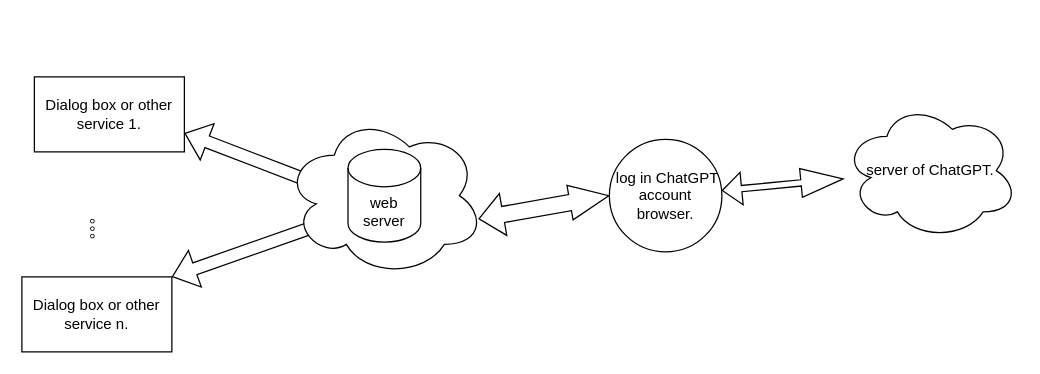
Before: wiki/架构图.drawio in xx025/chatgptapi_server, a draw.io diagram. Source tidied: cells renumbered, new cells numbered last; positions are measured from the earlier drawing's top-left corner, leaving out a move shared by most shapes. Both pictures are drawn from the tidied source at 125%, with x=0, y=0 at pixel (21, 76).
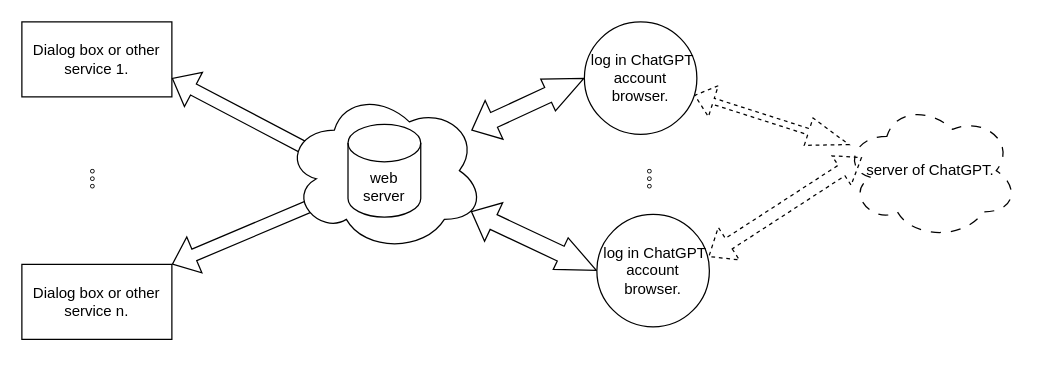
After the change.

Change to the diagram source:
```diff
@@
 <mxGraphModel>
   <root>
     <mxCell id="0" />
     <mxCell id="1" parent="0" />
-    <mxCell id="2" style="shape=flexArrow;endArrow=classic;startArrow=classic;html=1;rounded=0;width=13;startSize=6.19;endSize=10.16;endWidth=14;entryX=0;entryY=0.5;entryDx=0;entryDy=0;exitX=0.97;exitY=0.643;exitDx=0;exitDy=0;exitPerimeter=0;" parent="1" edge="1" source="11" target="7">
+    <mxCell id="2" style="shape=flexArrow;endArrow=classic;startArrow=classic;html=1;rounded=0;width=13;startSize=6.19;endSize=10.16;endWidth=14;entryX=0;entryY=0.5;entryDx=0;entryDy=0;" parent="1" edge="1" source="11" target="7">
       <mxGeometry relative="1" as="geometry" />
     </mxCell>
     <mxCell id="3" value="Dialog box or other service 1." style="rounded=0;whiteSpace=wrap;html=1;" parent="1" vertex="1">
-      <mxGeometry x="10" width="120" height="60" as="geometry" />
+      <mxGeometry y="-44" width="120" height="60" as="geometry" />
     </mxCell>
     <mxCell id="4" style="shape=flexArrow;endArrow=classic;startArrow=classic;html=1;rounded=0;entryX=0;entryY=0.5;entryDx=0;entryDy=0;entryPerimeter=0;exitX=1;exitY=0.75;exitDx=0;exitDy=0;" parent="1" edge="1" source="3" target="12">
       <mxGeometry relative="1" as="geometry" />
     </mxCell>
-    <mxCell id="5" value="server of ChatGPT." style="ellipse;shape=cloud;whiteSpace=wrap;html=1;" parent="1" vertex="1">
+    <mxCell id="5" value="server of ChatGPT." style="ellipse;shape=cloud;whiteSpace=wrap;html=1;dashed=1;dashPattern=8 8;" parent="1" vertex="1">
       <mxGeometry x="657" y="20" width="140" height="110" as="geometry" />
     </mxCell>
-    <mxCell id="6" style="shape=flexArrow;endArrow=classic;startArrow=classic;html=1;rounded=0;width=5;endSize=10.95;startSize=4.85;endWidth=17;" parent="1" edge="1" source="7" target="5">
+    <mxCell id="6" style="shape=flexArrow;endArrow=classic;startArrow=classic;html=1;rounded=0;width=5;endSize=10.95;startSize=4.85;endWidth=17;dashed=1;" parent="1" edge="1" source="7" target="5">
       <mxGeometry relative="1" as="geometry" />
     </mxCell>
     <mxCell id="7" value="&amp;nbsp;log in ChatGPT account&lt;br&gt;browser." style="ellipse;whiteSpace=wrap;html=1;" parent="1" vertex="1">
-      <mxGeometry x="470" y="50" width="90" height="90" as="geometry" />
+      <mxGeometry x="450" y="-44" width="90" height="90" as="geometry" />
     </mxCell>
     <mxCell id="8" style="rounded=0;jettySize=auto;html=1;startArrow=openAsync;startFill=0;shape=flexArrow;elbow=vertical;entryX=0;entryY=0;entryDx=0;entryDy=52.5;entryPerimeter=0;exitX=1;exitY=0;exitDx=0;exitDy=0;" parent="1" edge="1" source="9" target="12">
       <mxGeometry relative="1" as="geometry" />
     </mxCell>
     <mxCell id="9" value="Dialog box or other service n." style="rounded=0;whiteSpace=wrap;html=1;" parent="1" vertex="1">
-      <mxGeometry y="160" width="120" height="60" as="geometry" />
+      <mxGeometry y="150" width="120" height="60" as="geometry" />
     </mxCell>
     <mxCell id="10" style="group;" parent="1" vertex="1">
-      <mxGeometry x="210" y="30" width="160" height="130" as="geometry" />
+      <mxGeometry x="210" y="10" width="160" height="130" as="geometry" />
     </mxCell>
     <mxCell id="11" style="ellipse;shape=cloud;whiteSpace=wrap;html=1;" parent="10" vertex="1">
       <mxGeometry width="160" height="130" as="geometry" />
     </mxCell>
     <mxCell id="12" value="web server" style="shape=cylinder3;whiteSpace=wrap;html=1;boundedLbl=1;backgroundOutline=1;size=15;" parent="10" vertex="1">
       <mxGeometry x="50.9" y="27.9" width="58.2" height="74.3" as="geometry" />
     </mxCell>
     <mxCell id="13" value="。。。" style="text;html=1;align=center;verticalAlign=middle;strokeColor=none;fillColor=none;rotation=90;" parent="1" vertex="1">
-      <mxGeometry x="30" y="110" width="60" height="30" as="geometry" />
+      <mxGeometry x="30" y="70" width="60" height="30" as="geometry" />
     </mxCell>
+    <mxCell id="14" style="shape=flexArrow;endArrow=classic;startArrow=classic;html=1;rounded=0;width=13;startSize=6.19;endSize=10.16;endWidth=14;entryX=0;entryY=0.5;entryDx=0;entryDy=0;" parent="1" edge="1" source="11" target="15">
+      <mxGeometry relative="1" as="geometry" />
+    </mxCell>
+    <mxCell id="15" value="&amp;nbsp;log in ChatGPT account&lt;br&gt;browser." style="ellipse;whiteSpace=wrap;html=1;" parent="1" vertex="1">
+      <mxGeometry x="460" y="110" width="90" height="90" as="geometry" />
+    </mxCell>
+    <mxCell id="16" value="。。。" style="text;html=1;align=center;verticalAlign=middle;strokeColor=none;fillColor=none;rotation=90;" parent="1" vertex="1">
+      <mxGeometry x="475" y="70" width="60" height="30" as="geometry" />
+    </mxCell>
+    <mxCell id="17" style="shape=flexArrow;endArrow=classic;startArrow=classic;html=1;rounded=0;endWidth=17;exitX=0.991;exitY=0.378;exitDx=0;exitDy=0;exitPerimeter=0;dashed=1;" parent="1" edge="1" source="15">
+      <mxGeometry relative="1" as="geometry">
+        <mxPoint x="672.1" y="64.3" as="targetPoint" />
+      </mxGeometry>
+    </mxCell>
   </root>
 </mxGraphModel>
```
